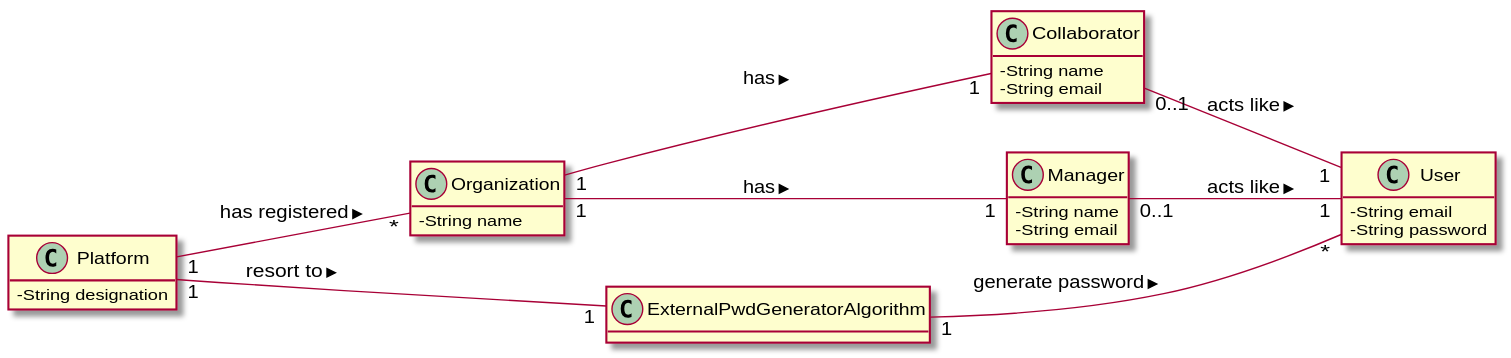
Before: docs/UC7 - Add New Organization/UC7_MD.svg, a diagram exported from PlantUML (pedrolemos4/LAPR2).
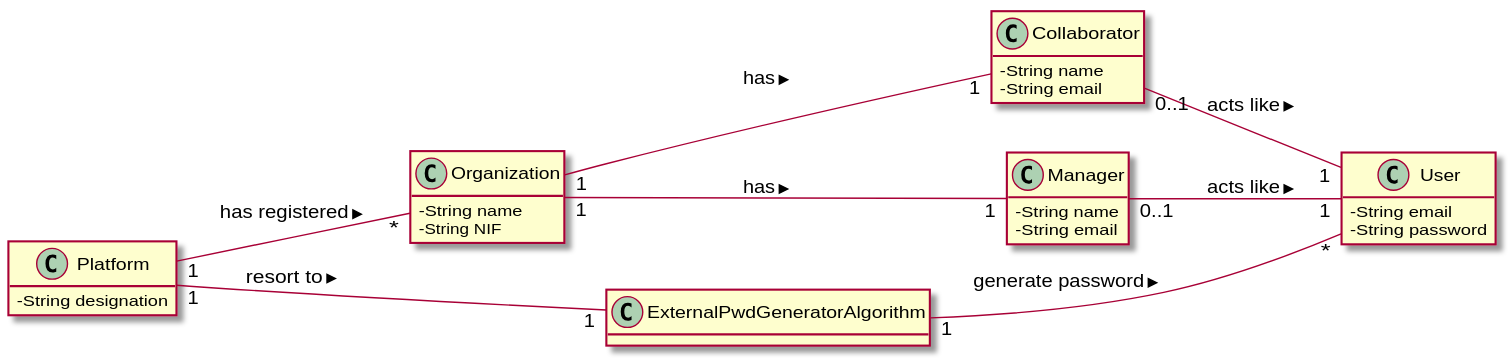
The same diagram one commit later.

Diff of the diagram source:
```diff
@@ -9,6 +9,7 @@
 
 class Organization {
   -String name
+  -String NIF
 }
 
 class Collaborator {
```
